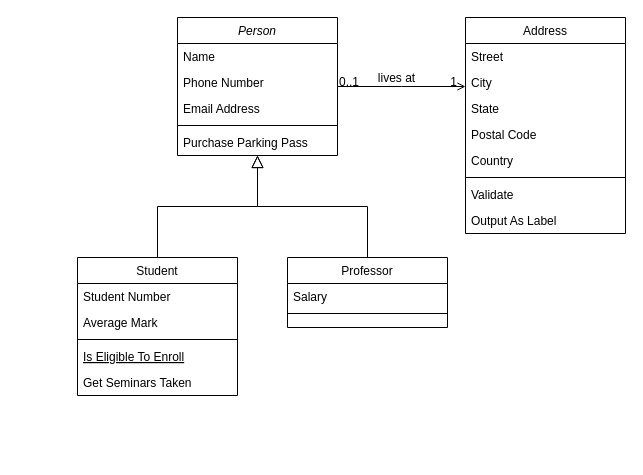
yushika-j/seg-2505 keeps this draw.io diagram as Untitled Diagram.drawio. Above is the earlier version. Source tidied: cells renumbered, new cells numbered last; positions are measured from the earlier drawing's top-left corner, leaving out a move shared by most shapes. Both pictures are drawn from the tidied source at 100%, with x=0, y=0 at pixel (77, 17).
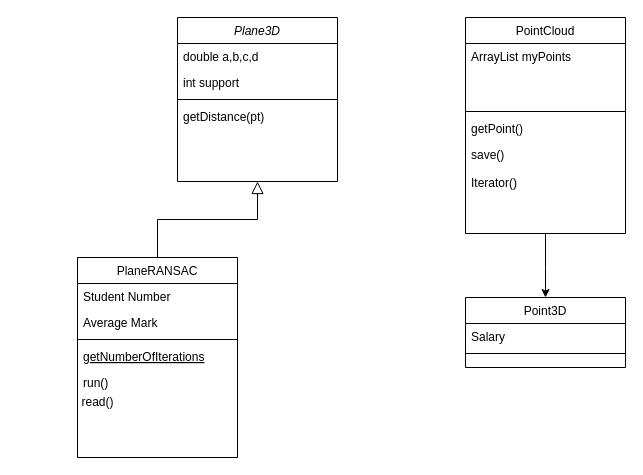
Above is the later version.

Diff of the diagram source:
```diff
@@
-    <mxCell id="2" value="Person" style="swimlane;fontStyle=2;align=center;verticalAlign=top;horizontal=1;startSize=26;rounded=0;shadow=0;strokeWidth=1;" parent="1" vertex="1">
-      <mxGeometry x="100" width="160" height="138" as="geometry" />
+    <mxCell id="2" value="Plane3D" style="swimlane;fontStyle=2;align=center;verticalAlign=top;horizontal=1;startSize=26;rounded=0;shadow=0;strokeWidth=1;" parent="1" vertex="1">
+      <mxGeometry x="100" width="160" height="164" as="geometry" />
     </mxCell>
-    <mxCell id="3" value="Name" style="text;align=left;verticalAlign=top;spacingLeft=4;spacingRight=4;overflow=hidden;" parent="2" vertex="1">
+    <mxCell id="3" value="double a,b,c,d" style="text;align=left;verticalAlign=top;spacingLeft=4;spacingRight=4;overflow=hidden;" parent="2" vertex="1">
       <mxGeometry y="26" width="160" height="26" as="geometry" />
     </mxCell>
-    <mxCell id="4" value="Phone Number" style="text;align=left;verticalAlign=top;spacingLeft=4;spacingRight=4;overflow=hidden;rounded=0;shadow=0;html=0;" parent="2" vertex="1">
+    <mxCell id="4" value="int support" style="text;align=left;verticalAlign=top;spacingLeft=4;spacingRight=4;overflow=hidden;rounded=0;shadow=0;html=0;" parent="2" vertex="1">
       <mxGeometry y="52" width="160" height="26" as="geometry" />
     </mxCell>
-    <mxCell id="5" value="Email Address" style="text;align=left;verticalAlign=top;spacingLeft=4;spacingRight=4;overflow=hidden;rounded=0;shadow=0;html=0;" parent="2" vertex="1">
-      <mxGeometry y="78" width="160" height="26" as="geometry" />
-    </mxCell>
     <mxCell id="6" style="line;html=1;strokeWidth=1;align=left;verticalAlign=middle;spacingTop=-1;spacingLeft=3;spacingRight=3;labelPosition=right;" parent="2" vertex="1">
-      <mxGeometry y="104" width="160" height="8" as="geometry" />
+      <mxGeometry y="78" width="160" height="8" as="geometry" />
     </mxCell>
-    <mxCell id="7" value="Purchase Parking Pass" style="text;align=left;verticalAlign=top;spacingLeft=4;spacingRight=4;overflow=hidden;" parent="2" vertex="1">
-      <mxGeometry y="112" width="160" height="26" as="geometry" />
+    <mxCell id="7" value="getDistance(pt)" style="text;align=left;verticalAlign=top;spacingLeft=4;spacingRight=4;overflow=hidden;" parent="2" vertex="1">
+      <mxGeometry y="86" width="160" height="26" as="geometry" />
     </mxCell>
-    <mxCell id="8" value="Student" style="swimlane;fontStyle=0;align=center;verticalAlign=top;horizontal=1;startSize=26;rounded=0;shadow=0;strokeWidth=1;" parent="1" vertex="1">
-      <mxGeometry y="240" width="160" height="138" as="geometry" />
+    <mxCell id="8" value="PlaneRANSAC" style="swimlane;fontStyle=0;align=center;verticalAlign=top;horizontal=1;startSize=26;rounded=0;shadow=0;strokeWidth=1;" parent="1" vertex="1">
+      <mxGeometry y="240" width="160" height="200" as="geometry" />
     </mxCell>
@@
-    <mxCell id="12" value="Is Eligible To Enroll" style="text;align=left;verticalAlign=top;spacingLeft=4;spacingRight=4;overflow=hidden;fontStyle=4;" parent="8" vertex="1">
+    <mxCell id="12" value="getNumberOfIterations" style="text;align=left;verticalAlign=top;spacingLeft=4;spacingRight=4;overflow=hidden;fontStyle=4;" parent="8" vertex="1">
       <mxGeometry y="86" width="160" height="26" as="geometry" />
     </mxCell>
-    <mxCell id="13" value="Get Seminars Taken" style="text;align=left;verticalAlign=top;spacingLeft=4;spacingRight=4;overflow=hidden;" parent="8" vertex="1">
+    <mxCell id="13" value="run()" style="text;align=left;verticalAlign=top;spacingLeft=4;spacingRight=4;overflow=hidden;" parent="8" vertex="1">
       <mxGeometry y="112" width="160" height="26" as="geometry" />
     </mxCell>
@@
-    <mxCell id="15" value="Professor" style="swimlane;fontStyle=0;align=center;verticalAlign=top;horizontal=1;startSize=26;rounded=0;shadow=0;strokeWidth=1;" parent="1" vertex="1">
-      <mxGeometry x="210" y="240" width="160" height="70" as="geometry" />
+    <mxCell id="15" value="Point3D" style="swimlane;fontStyle=0;align=center;verticalAlign=top;horizontal=1;startSize=26;rounded=0;shadow=0;strokeWidth=1;" parent="1" vertex="1">
+      <mxGeometry x="388" y="280" width="160" height="70" as="geometry" />
     </mxCell>
@@
-    <mxCell id="18" style="endArrow=block;endSize=10;endFill=0;shadow=0;strokeWidth=1;rounded=0;edgeStyle=elbowEdgeStyle;elbow=vertical;" parent="1" edge="1" source="15" target="2">
-      <mxGeometry relative="1" as="geometry" />
-    </mxCell>
+    <mxCell id="32" style="edgeStyle=orthogonalEdgeStyle;rounded=0;jettySize=auto;html=1;exitX=0.5;exitY=1;exitDx=0;exitDy=0;entryX=0.5;entryY=0;entryDx=0;entryDy=0;" parent="1" edge="1" source="19" target="15">
+      <mxGeometry relative="1" as="geometry">
+        <Array as="points">
+          <mxPoint x="468" y="250" />
+          <mxPoint x="468" y="250" />
+        </Array>
+      </mxGeometry>
+    </mxCell>
-    <mxCell id="19" value="Address" style="swimlane;fontStyle=0;align=center;verticalAlign=top;horizontal=1;startSize=26;rounded=0;shadow=0;strokeWidth=1;" parent="1" vertex="1">
+    <mxCell id="19" value="PointCloud" style="swimlane;fontStyle=0;align=center;verticalAlign=top;horizontal=1;startSize=26;rounded=0;shadow=0;strokeWidth=1;" parent="1" vertex="1">
       <mxGeometry x="388" width="160" height="216" as="geometry" />
     </mxCell>
-    <mxCell id="20" value="Street" style="text;align=left;verticalAlign=top;spacingLeft=4;spacingRight=4;overflow=hidden;" parent="19" vertex="1">
-      <mxGeometry y="26" width="160" height="26" as="geometry" />
+    <mxCell id="20" value="ArrayList myPoints" style="text;align=left;verticalAlign=top;spacingLeft=4;spacingRight=4;overflow=hidden;" parent="19" vertex="1">
+      <mxGeometry y="26" width="160" height="64" as="geometry" />
     </mxCell>
-    <mxCell id="21" value="City" style="text;align=left;verticalAlign=top;spacingLeft=4;spacingRight=4;overflow=hidden;rounded=0;shadow=0;html=0;" parent="19" vertex="1">
-      <mxGeometry y="52" width="160" height="26" as="geometry" />
-    </mxCell>
-    <mxCell id="22" value="State" style="text;align=left;verticalAlign=top;spacingLeft=4;spacingRight=4;overflow=hidden;rounded=0;shadow=0;html=0;" parent="19" vertex="1">
-      <mxGeometry y="78" width="160" height="26" as="geometry" />
-    </mxCell>
-    <mxCell id="23" value="Postal Code" style="text;align=left;verticalAlign=top;spacingLeft=4;spacingRight=4;overflow=hidden;rounded=0;shadow=0;html=0;" parent="19" vertex="1">
-      <mxGeometry y="104" width="160" height="26" as="geometry" />
-    </mxCell>
-    <mxCell id="24" value="Country" style="text;align=left;verticalAlign=top;spacingLeft=4;spacingRight=4;overflow=hidden;rounded=0;shadow=0;html=0;" parent="19" vertex="1">
-      <mxGeometry y="130" width="160" height="26" as="geometry" />
-    </mxCell>
     <mxCell id="25" style="line;html=1;strokeWidth=1;align=left;verticalAlign=middle;spacingTop=-1;spacingLeft=3;spacingRight=3;labelPosition=right;" parent="19" vertex="1">
-      <mxGeometry y="156" width="160" height="8" as="geometry" />
+      <mxGeometry y="90" width="160" height="8" as="geometry" />
     </mxCell>
-    <mxCell id="26" value="Validate" style="text;align=left;verticalAlign=top;spacingLeft=4;spacingRight=4;overflow=hidden;" parent="19" vertex="1">
-      <mxGeometry y="164" width="160" height="26" as="geometry" />
+    <mxCell id="26" value="getPoint()" style="text;align=left;verticalAlign=top;spacingLeft=4;spacingRight=4;overflow=hidden;" parent="19" vertex="1">
+      <mxGeometry y="98" width="160" height="26" as="geometry" />
     </mxCell>
-    <mxCell id="27" value="Output As Label" style="text;align=left;verticalAlign=top;spacingLeft=4;spacingRight=4;overflow=hidden;" parent="19" vertex="1">
-      <mxGeometry y="190" width="160" height="26" as="geometry" />
+    <mxCell id="27" value="save()&#10;&#10;Iterator()" style="text;align=left;verticalAlign=top;spacingLeft=4;spacingRight=4;overflow=hidden;" parent="19" vertex="1">
+      <mxGeometry y="124" width="160" height="62" as="geometry" />
     </mxCell>
-    <mxCell id="28" style="endArrow=open;shadow=0;strokeWidth=1;rounded=0;endFill=1;edgeStyle=elbowEdgeStyle;elbow=vertical;" parent="1" edge="1" source="2" target="19">
-      <mxGeometry x="0.5" y="41" relative="1" as="geometry">
-        <mxPoint x="-40" y="32" as="offset" />
-      </mxGeometry>
-    </mxCell>
-    <mxCell id="29" value="0..1" style="align=left;verticalAlign=bottom;labelBackgroundColor=none;fontSize=12;" parent="28" vertex="1">
-      <mxGeometry x="-1" relative="1" as="geometry">
-        <mxPoint y="4" as="offset" />
-      </mxGeometry>
-    </mxCell>
-    <mxCell id="30" value="1" style="align=right;verticalAlign=bottom;labelBackgroundColor=none;fontSize=12;" parent="28" vertex="1">
-      <mxGeometry x="1" relative="1" as="geometry">
-        <mxPoint x="-7" y="4" as="offset" />
-      </mxGeometry>
-    </mxCell>
-    <mxCell id="31" value="lives at" style="text;html=1;align=center;verticalAlign=middle;labelBackgroundColor=none;rounded=0;shadow=0;strokeWidth=1;fontSize=12;" parent="28" vertex="1">
-      <mxGeometry x="0.5" y="49" relative="1" as="geometry">
-        <mxPoint x="-38" y="40" as="offset" />
-      </mxGeometry>
-    </mxCell>
+    <mxCell id="33" value="read()" style="text;html=1;align=center;verticalAlign=middle;strokeColor=none;fillColor=none;" parent="1" vertex="1">
+      <mxGeometry x="-60" y="370" width="160" height="30" as="geometry" />
+    </mxCell>
```
